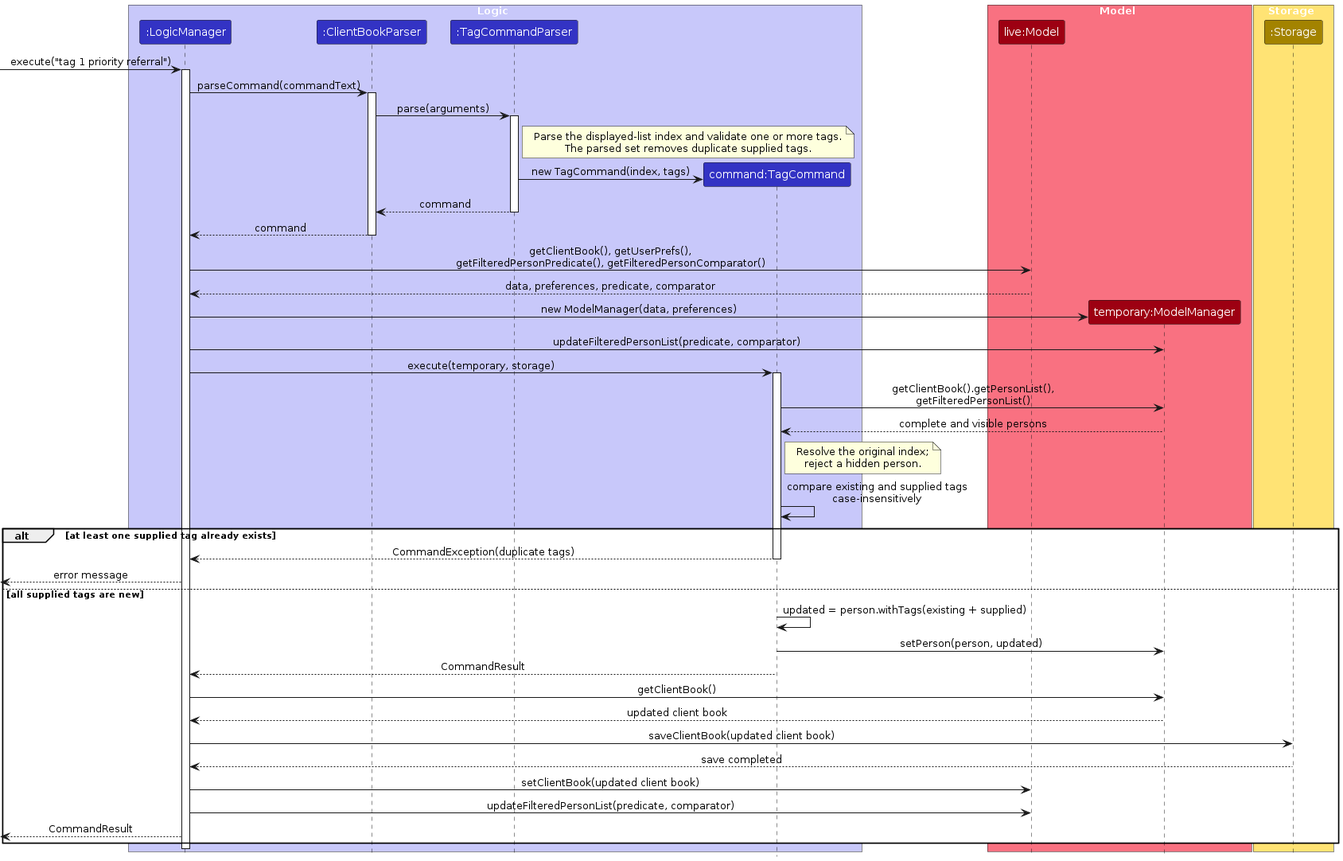
AY2627S1-CS2103T-F14a-4/tp keeps this PlantUML diagram as diagrams/TagSequenceDiagram.png. Above is the earlier version. Its source is kept beside it as diagrams/TagSequenceDiagram.puml.
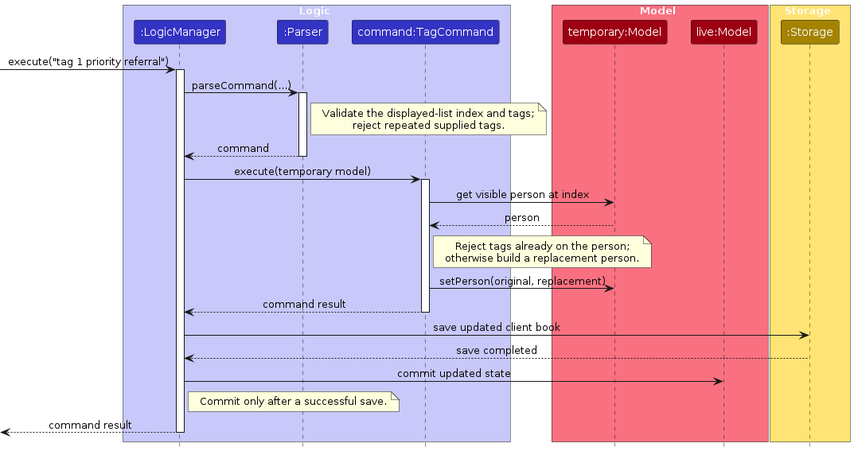
After the commit.

Change to the diagram source:
```diff
@@ -4,14 +4,13 @@
 
 box Logic LOGIC_COLOR_T1
 participant ":LogicManager" as Logic LOGIC_COLOR
-participant ":ClientBookParser" as Parser LOGIC_COLOR
-participant ":TagCommandParser" as TagParser LOGIC_COLOR
+participant ":Parser" as Parser LOGIC_COLOR
 participant "command:TagCommand" as Command LOGIC_COLOR
 end box
 
 box Model MODEL_COLOR_T1
+participant "temporary:Model" as Temp MODEL_COLOR
 participant "live:Model" as Live MODEL_COLOR
-participant "temporary:ModelManager" as Temp MODEL_COLOR
 end box
 
 box Storage STORAGE_COLOR_T1
@@ -20,47 +19,25 @@
 
 [-> Logic : execute("tag 1 priority referral")
 activate Logic
-Logic -> Parser : parseCommand(commandText)
+Logic -> Parser : parseCommand(...)
 activate Parser
-Parser -> TagParser : parse(arguments)
-activate TagParser
-note right of TagParser
-Parse the displayed-list index and validate one or more tags.
-The parsed set removes duplicate supplied tags.
-end note
-create Command
-TagParser -> Command : new TagCommand(index, tags)
-TagParser --> Parser : command
-deactivate TagParser
+note right of Parser : Validate the displayed-list index and tags;\nreject repeated supplied tags.
 Parser --> Logic : command
 deactivate Parser
-Logic -> Live : getClientBook(), getUserPrefs(),\ngetFilteredPersonPredicate(), getFilteredPersonComparator()
-Live --> Logic : data, preferences, predicate, comparator
-create Temp
-Logic -> Temp : new ModelManager(data, preferences)
-Logic -> Temp : updateFilteredPersonList(predicate, comparator)
-Logic -> Command : execute(temporary, storage)
+
+Logic -> Command : execute(temporary model)
 activate Command
-Command -> Temp : getClientBook().getPersonList(),\ngetFilteredPersonList()
-Temp --> Command : complete and visible persons
-note right of Command : Resolve the original index;\nreject a hidden person.
-Command -> Command : compare existing and supplied tags\ncase-insensitively
-alt at least one supplied tag already exists
-    Command --> Logic : CommandException(duplicate tags)
-    deactivate Command
-    [<-- Logic : error message
-else all supplied tags are new
-    Command -> Command : updated = person.withTags(existing + supplied)
-    Command -> Temp : setPerson(person, updated)
-    Command --> Logic : CommandResult
-    deactivate Command
-    Logic -> Temp : getClientBook()
-    Temp --> Logic : updated client book
-    Logic -> Storage : saveClientBook(updated client book)
-    Storage --> Logic : save completed
-    Logic -> Live : setClientBook(updated client book)
-    Logic -> Live : updateFilteredPersonList(predicate, comparator)
-    [<-- Logic : CommandResult
-end
+Command -> Temp : get visible person at index
+Temp --> Command : person
+note right of Command : Reject tags already on the person;\notherwise build a replacement person.
+Command -> Temp : setPerson(original, replacement)
+Command --> Logic : command result
+deactivate Command
+
+Logic -> Storage : save updated client book
+Storage --> Logic : save completed
+Logic -> Live : commit updated state
+note right of Logic : Commit only after a successful save.
+[<-- Logic : command result
 deactivate Logic
 @enduml
```
